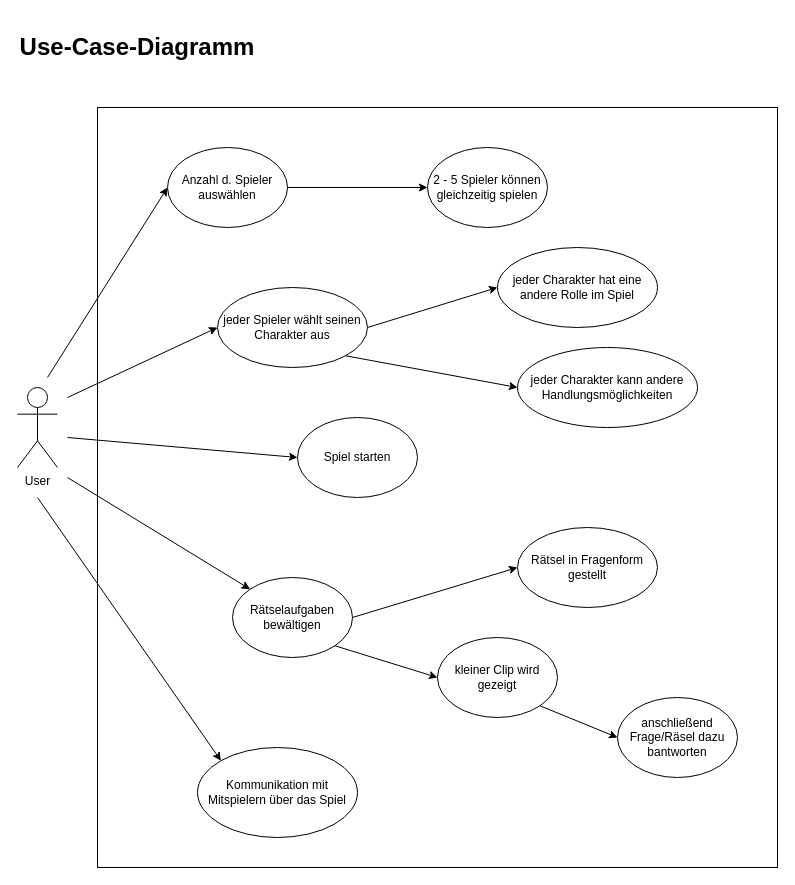
This is Konzept/Use-Case-Diagramm_Hannah.drawio from Hannah257/Kreativkonzeption, a draw.io file, before an edit. Source tidied: cells renumbered, new cells numbered last; positions are measured from the earlier drawing's top-left corner, leaving out a move shared by most shapes. Both pictures are drawn from the tidied source at 100%, with x=0, y=0 at pixel (17, 27).
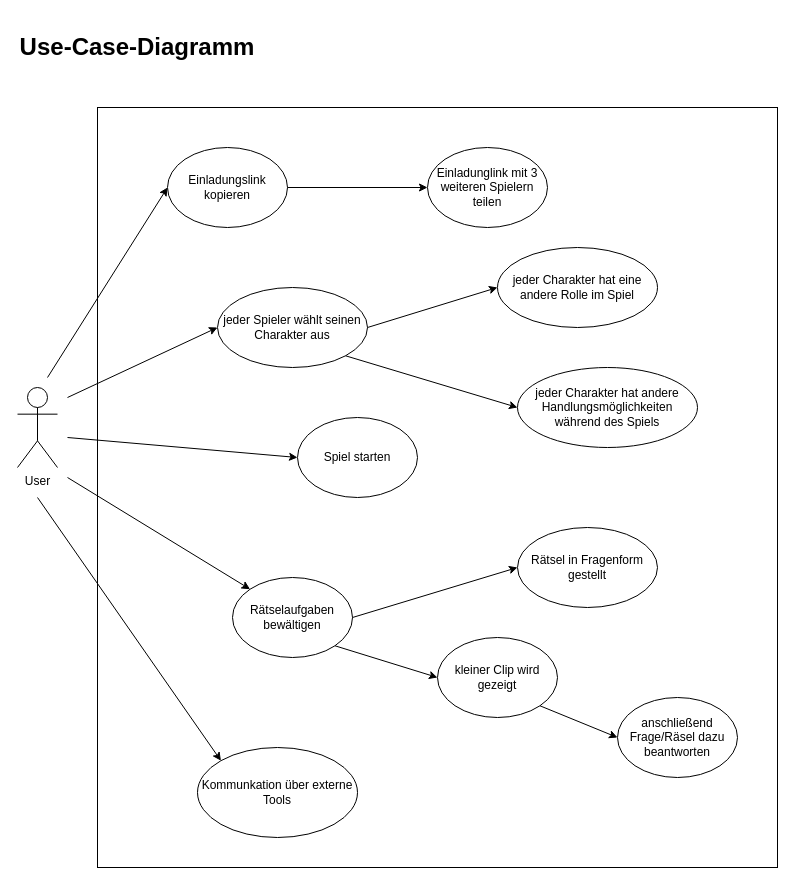
The same page after the edit.

Commit message (it also covers changes not shown here):
änderung use case diagramm

Diff of the diagram source:
```diff
@@
-    <mxCell id="5" value="Anzahl d. Spieler auswählen" style="ellipse;whiteSpace=wrap;html=1;" parent="1" vertex="1">
+    <mxCell id="5" value="Einladungslink kopieren" style="ellipse;whiteSpace=wrap;html=1;" parent="1" vertex="1">
       <mxGeometry x="150" y="120" width="120" height="80" as="geometry" />
     </mxCell>
-    <mxCell id="6" value="2 - 5 Spieler können gleichzeitig spielen" style="ellipse;whiteSpace=wrap;html=1;" parent="1" vertex="1">
+    <mxCell id="6" value="Einladunglink mit 3 weiteren Spielern teilen" style="ellipse;whiteSpace=wrap;html=1;" parent="1" vertex="1">
       <mxGeometry x="410" y="120" width="120" height="80" as="geometry" />
     </mxCell>
@@
-    <mxCell id="9" value="jeder Charakter kann andere Handlungsmöglichkeiten" style="ellipse;whiteSpace=wrap;html=1;" parent="1" vertex="1">
-      <mxGeometry x="500" y="320" width="180" height="80" as="geometry" />
+    <mxCell id="9" value="jeder Charakter hat andere Handlungsmöglichkeiten während des Spiels" style="ellipse;whiteSpace=wrap;html=1;" parent="1" vertex="1">
+      <mxGeometry x="500" y="340" width="180" height="80" as="geometry" />
     </mxCell>
-    <mxCell id="10" value="Kommunikation mit Mitspielern über das Spiel" style="ellipse;whiteSpace=wrap;html=1;" parent="1" vertex="1">
+    <mxCell id="10" value="Kommunkation über externe Tools" style="ellipse;whiteSpace=wrap;html=1;" parent="1" vertex="1">
       <mxGeometry x="180" y="720" width="160" height="90" as="geometry" />
     </mxCell>
@@
-    <mxCell id="22" value="anschließend Frage/Räsel dazu bantworten" style="ellipse;whiteSpace=wrap;html=1;" parent="1" vertex="1">
+    <mxCell id="22" value="anschließend Frage/Räsel dazu beantworten" style="ellipse;whiteSpace=wrap;html=1;" parent="1" vertex="1">
       <mxGeometry x="600" y="670" width="120" height="80" as="geometry" />
     </mxCell>
```
